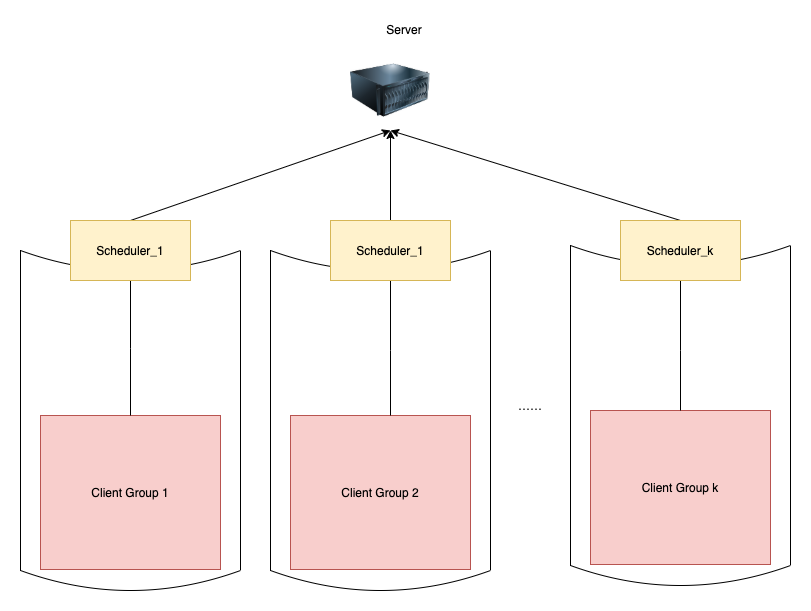
Above: docs/imgs/fedlab-hierarchical.png in SMILELab-FL/FedLab (draw.io), before the change. Source tidied: cells renumbered, new cells last; positions are measured from the earlier drawing's top-left corner, leaving out a move shared by most shapes.
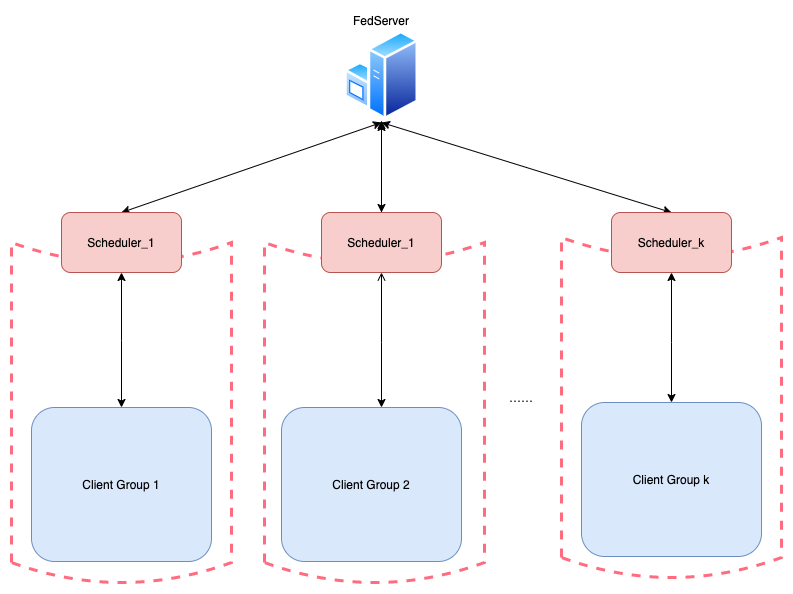
After the change.

Diff of the diagram source:
```diff
@@ -2,67 +2,76 @@
   <root>
     <mxCell id="0" />
     <mxCell id="1" parent="0" />
-    <mxCell id="2" style="shape=dataStorage;whiteSpace=wrap;html=1;fixedSize=1;fillColor=none;rotation=-90;" parent="1" vertex="1">
+    <mxCell id="2" style="shape=dataStorage;whiteSpace=wrap;html=1;fixedSize=1;rotation=-90;dashed=1;fontColor=#ffffff;strokeColor=#FF6B7F;strokeWidth=3;" parent="1" vertex="1">
       <mxGeometry x="550" y="285" width="340" height="220" as="geometry" />
     </mxCell>
-    <mxCell id="3" style="shape=dataStorage;whiteSpace=wrap;html=1;fixedSize=1;fillColor=none;rotation=-90;" parent="1" vertex="1">
+    <mxCell id="3" style="shape=dataStorage;whiteSpace=wrap;html=1;fixedSize=1;fillColor=none;rotation=-90;dashed=1;strokeColor=#FF6B7F;strokeWidth=3;" parent="1" vertex="1">
       <mxGeometry y="290" width="340" height="220" as="geometry" />
     </mxCell>
-    <mxCell id="4" style="shape=dataStorage;whiteSpace=wrap;html=1;fixedSize=1;fillColor=none;rotation=-90;" parent="1" vertex="1">
-      <mxGeometry x="250" y="290" width="340" height="220" as="geometry" />
+    <mxCell id="4" style="shape=dataStorage;whiteSpace=wrap;html=1;fixedSize=1;fillColor=none;rotation=-90;dashed=1;strokeColor=#FF6B7F;strokeWidth=3;" parent="1" vertex="1">
+      <mxGeometry x="253" y="290" width="340" height="220" as="geometry" />
     </mxCell>
-    <mxCell id="5" value="Client Group 2" style="whiteSpace=wrap;html=1;align=center;verticalAlign=middle;newEdgeStyle={&quot;edgeStyle&quot;:&quot;elbowEdgeStyle&quot;,&quot;startArrow&quot;:&quot;none&quot;,&quot;endArrow&quot;:&quot;none&quot;};fillColor=#f8cecc;strokeColor=#b85450;" parent="1" vertex="1">
+    <mxCell id="5" value="Client Group 2" style="whiteSpace=wrap;html=1;align=center;verticalAlign=middle;newEdgeStyle={&quot;edgeStyle&quot;:&quot;elbowEdgeStyle&quot;,&quot;startArrow&quot;:&quot;none&quot;,&quot;endArrow&quot;:&quot;none&quot;};fillColor=#dae8fc;strokeColor=#6c8ebf;rounded=1;" parent="1" vertex="1">
       <mxGeometry x="330" y="395" width="180" height="154" as="geometry" />
     </mxCell>
-    <mxCell id="6" style="edgeStyle=elbowEdgeStyle;elbow=vertical;startArrow=none;endArrow=none;rounded=0;exitX=0.5;exitY=1;exitDx=0;exitDy=0;" parent="1" edge="1" source="18" target="5">
+    <mxCell id="6" style="edgeStyle=elbowEdgeStyle;elbow=vertical;startArrow=open;endArrow=classic;rounded=0;exitX=0.5;exitY=1;exitDx=0;exitDy=0;startFill=0;endFill=1;" parent="1" edge="1" source="18" target="5">
       <mxGeometry relative="1" as="geometry">
         <Array as="points">
           <mxPoint x="430" y="330" />
         </Array>
       </mxGeometry>
     </mxCell>
-    <mxCell id="7" value="Client Group 1" style="whiteSpace=wrap;html=1;align=center;verticalAlign=middle;newEdgeStyle={&quot;edgeStyle&quot;:&quot;elbowEdgeStyle&quot;,&quot;startArrow&quot;:&quot;none&quot;,&quot;endArrow&quot;:&quot;none&quot;};fillColor=#f8cecc;strokeColor=#b85450;" parent="1" vertex="1">
+    <mxCell id="7" value="Client Group 1" style="whiteSpace=wrap;html=1;align=center;verticalAlign=middle;newEdgeStyle={&quot;edgeStyle&quot;:&quot;elbowEdgeStyle&quot;,&quot;startArrow&quot;:&quot;none&quot;,&quot;endArrow&quot;:&quot;none&quot;};fillColor=#dae8fc;strokeColor=#6c8ebf;rounded=1;" parent="1" vertex="1">
       <mxGeometry x="80" y="395" width="180" height="154" as="geometry" />
     </mxCell>
-    <mxCell id="8" style="edgeStyle=elbowEdgeStyle;elbow=vertical;startArrow=none;endArrow=none;rounded=0;exitX=0.5;exitY=1;exitDx=0;exitDy=0;" parent="1" edge="1" source="17" target="7">
+    <mxCell id="8" style="edgeStyle=elbowEdgeStyle;elbow=vertical;startArrow=classic;endArrow=classic;rounded=0;exitX=0.5;exitY=1;exitDx=0;exitDy=0;startFill=1;endFill=1;" parent="1" edge="1" source="17" target="7">
       <mxGeometry relative="1" as="geometry" />
     </mxCell>
-    <mxCell id="9" style="image;html=1;image=img/lib/clip_art/computers/Server_128x128.png;fillColor=none;" parent="1" vertex="1">
-      <mxGeometry x="390" y="30" width="80" height="80" as="geometry" />
-    </mxCell>
-    <mxCell id="10" value="Client Group k" style="whiteSpace=wrap;html=1;align=center;verticalAlign=middle;newEdgeStyle={&quot;edgeStyle&quot;:&quot;elbowEdgeStyle&quot;,&quot;startArrow&quot;:&quot;none&quot;,&quot;endArrow&quot;:&quot;none&quot;};fillColor=#f8cecc;strokeColor=#b85450;" parent="1" vertex="1">
+    <mxCell id="10" value="Client Group k" style="whiteSpace=wrap;html=1;align=center;verticalAlign=middle;newEdgeStyle={&quot;edgeStyle&quot;:&quot;elbowEdgeStyle&quot;,&quot;startArrow&quot;:&quot;none&quot;,&quot;endArrow&quot;:&quot;none&quot;};fillColor=#dae8fc;strokeColor=#6c8ebf;rounded=1;" parent="1" vertex="1">
       <mxGeometry x="630" y="390" width="180" height="154" as="geometry" />
     </mxCell>
-    <mxCell id="11" style="edgeStyle=elbowEdgeStyle;elbow=vertical;startArrow=none;endArrow=none;rounded=0;exitX=0.5;exitY=1;exitDx=0;exitDy=0;entryX=0.5;entryY=0;entryDx=0;entryDy=0;" parent="1" edge="1" source="19" target="10">
+    <mxCell id="11" style="edgeStyle=elbowEdgeStyle;elbow=vertical;startArrow=classic;endArrow=classic;rounded=0;exitX=0.5;exitY=1;exitDx=0;exitDy=0;entryX=0.5;entryY=0;entryDx=0;entryDy=0;startFill=1;endFill=1;" parent="1" edge="1" source="19" target="10">
       <mxGeometry relative="1" as="geometry">
         <Array as="points">
           <mxPoint x="698" y="330" />
         </Array>
       </mxGeometry>
     </mxCell>
-    <mxCell id="12" value="Server" style="text;html=1;strokeColor=none;fillColor=none;align=center;verticalAlign=middle;whiteSpace=wrap;rounded=0;" parent="1" vertex="1">
-      <mxGeometry x="424" width="40" height="18" as="geometry" />
-    </mxCell>
-    <mxCell id="13" style="endArrow=classic;html=1;entryX=0.5;entryY=1;entryDx=0;entryDy=0;exitX=0.5;exitY=0;exitDx=0;exitDy=0;" parent="1" edge="1" source="17" target="9">
-      <mxGeometry relative="1" as="geometry" />
+    <mxCell id="13" style="endArrow=classic;html=1;entryX=0.5;entryY=1;entryDx=0;entryDy=0;exitX=0.5;exitY=0;exitDx=0;exitDy=0;startArrow=classic;startFill=1;" parent="1" edge="1" source="17">
+      <mxGeometry relative="1" as="geometry">
+        <mxPoint x="430" y="110" as="targetPoint" />
+      </mxGeometry>
     </mxCell>
-    <mxCell id="14" style="endArrow=classic;html=1;entryX=0.5;entryY=1;entryDx=0;entryDy=0;exitX=0.5;exitY=0;exitDx=0;exitDy=0;" parent="1" edge="1" source="18" target="9">
-      <mxGeometry relative="1" as="geometry" />
+    <mxCell id="14" style="endArrow=classic;html=1;entryX=0.5;entryY=1;entryDx=0;entryDy=0;exitX=0.5;exitY=0;exitDx=0;exitDy=0;" parent="1" edge="1" source="18">
+      <mxGeometry relative="1" as="geometry">
+        <mxPoint x="430" y="110" as="targetPoint" />
+      </mxGeometry>
     </mxCell>
-    <mxCell id="15" style="endArrow=classic;html=1;entryX=0.5;entryY=1;entryDx=0;entryDy=0;exitX=0.5;exitY=0;exitDx=0;exitDy=0;" parent="1" edge="1" source="19" target="9">
-      <mxGeometry relative="1" as="geometry" />
+    <mxCell id="15" style="endArrow=classic;html=1;entryX=0.5;entryY=1;entryDx=0;entryDy=0;exitX=0.5;exitY=0;exitDx=0;exitDy=0;startArrow=classic;startFill=1;" parent="1" edge="1" source="19">
+      <mxGeometry relative="1" as="geometry">
+        <mxPoint x="430" y="110" as="targetPoint" />
+      </mxGeometry>
     </mxCell>
     <mxCell id="16" value="……" style="text;html=1;strokeColor=none;fillColor=none;align=center;verticalAlign=middle;whiteSpace=wrap;rounded=0;" parent="1" vertex="1">
       <mxGeometry x="550" y="375" width="40" height="20" as="geometry" />
     </mxCell>
-    <mxCell id="17" value="Scheduler_1" style="whiteSpace=wrap;html=1;align=center;newEdgeStyle={&quot;edgeStyle&quot;:&quot;elbowEdgeStyle&quot;,&quot;startArrow&quot;:&quot;none&quot;,&quot;endArrow&quot;:&quot;none&quot;};fillColor=#fff2cc;strokeColor=#d6b656;" parent="1" vertex="1">
+    <mxCell id="17" value="Scheduler_1" style="whiteSpace=wrap;html=1;align=center;newEdgeStyle={&quot;edgeStyle&quot;:&quot;elbowEdgeStyle&quot;,&quot;startArrow&quot;:&quot;none&quot;,&quot;endArrow&quot;:&quot;none&quot;};fillColor=#f8cecc;strokeColor=#b85450;rounded=1;" parent="1" vertex="1">
       <mxGeometry x="110" y="200" width="120" height="60" as="geometry" />
     </mxCell>
+    <mxCell id="20" style="edgeStyle=orthogonalEdgeStyle;rounded=0;jettySize=auto;html=1;startArrow=classic;startFill=1;endArrow=classic;endFill=1;" parent="1" edge="1" source="18" target="21">
+      <mxGeometry relative="1" as="geometry" />
+    </mxCell>
-    <mxCell id="18" value="Scheduler_1" style="whiteSpace=wrap;html=1;align=center;newEdgeStyle={&quot;edgeStyle&quot;:&quot;elbowEdgeStyle&quot;,&quot;startArrow&quot;:&quot;none&quot;,&quot;endArrow&quot;:&quot;none&quot;};fillColor=#fff2cc;strokeColor=#d6b656;" parent="1" vertex="1">
+    <mxCell id="18" value="Scheduler_1" style="whiteSpace=wrap;html=1;align=center;newEdgeStyle={&quot;edgeStyle&quot;:&quot;elbowEdgeStyle&quot;,&quot;startArrow&quot;:&quot;none&quot;,&quot;endArrow&quot;:&quot;none&quot;};fillColor=#f8cecc;strokeColor=#b85450;rounded=1;" parent="1" vertex="1">
       <mxGeometry x="370" y="200" width="120" height="60" as="geometry" />
     </mxCell>
-    <mxCell id="19" value="Scheduler_k" style="whiteSpace=wrap;html=1;align=center;newEdgeStyle={&quot;edgeStyle&quot;:&quot;elbowEdgeStyle&quot;,&quot;startArrow&quot;:&quot;none&quot;,&quot;endArrow&quot;:&quot;none&quot;};fillColor=#fff2cc;strokeColor=#d6b656;" parent="1" vertex="1">
+    <mxCell id="19" value="Scheduler_k" style="whiteSpace=wrap;html=1;align=center;newEdgeStyle={&quot;edgeStyle&quot;:&quot;elbowEdgeStyle&quot;,&quot;startArrow&quot;:&quot;none&quot;,&quot;endArrow&quot;:&quot;none&quot;};fillColor=#f8cecc;strokeColor=#b85450;rounded=1;" parent="1" vertex="1">
       <mxGeometry x="660" y="200" width="120" height="60" as="geometry" />
     </mxCell>
+    <mxCell id="21" style="perimeter=ellipsePerimeter;html=1;align=center;shadow=0;dashed=0;spacingTop=3;image;image=img/lib/active_directory/windows_server.svg;rounded=0;strokeColor=#000000;strokeWidth=3;fillColor=#A9C4EB;gradientColor=none;" parent="1" vertex="1">
+      <mxGeometry x="393.1" y="18" width="73.8" height="90" as="geometry" />
+    </mxCell>
+    <mxCell id="22" value="FedServer" style="text;html=1;strokeColor=none;fillColor=none;align=center;verticalAlign=middle;whiteSpace=wrap;rounded=0;" parent="1" vertex="1">
+      <mxGeometry x="377" y="-2" width="106" height="20" as="geometry" />
+    </mxCell>
   </root>
 </mxGraphModel>
```
